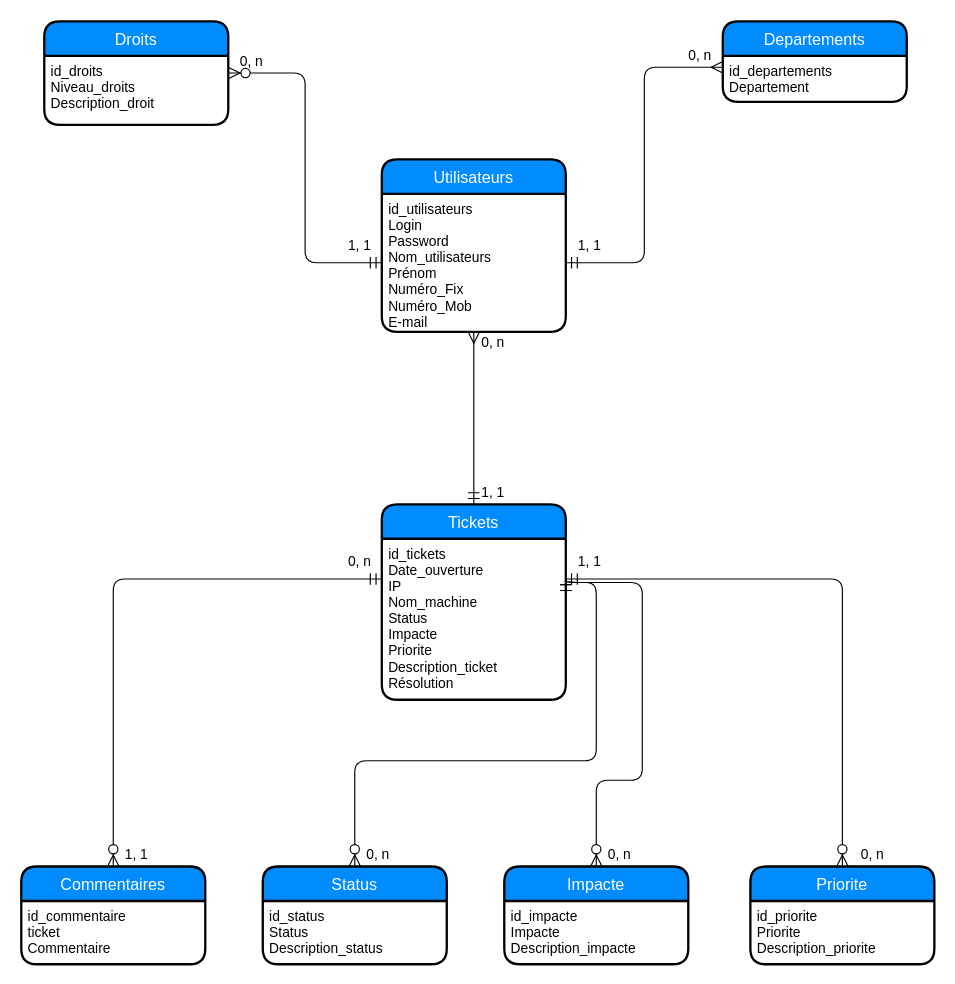
Before: Base de données/MCD_MPTicket.drawio in Hero-Chan/Projet_Ticketing, a draw.io diagram. Source tidied: cells renumbered, new cells numbered last; positions are measured from the earlier drawing's top-left corner, leaving out a move shared by most shapes. Both pictures are drawn from the tidied source at 115%, with x=0, y=0 at pixel (21, 21).
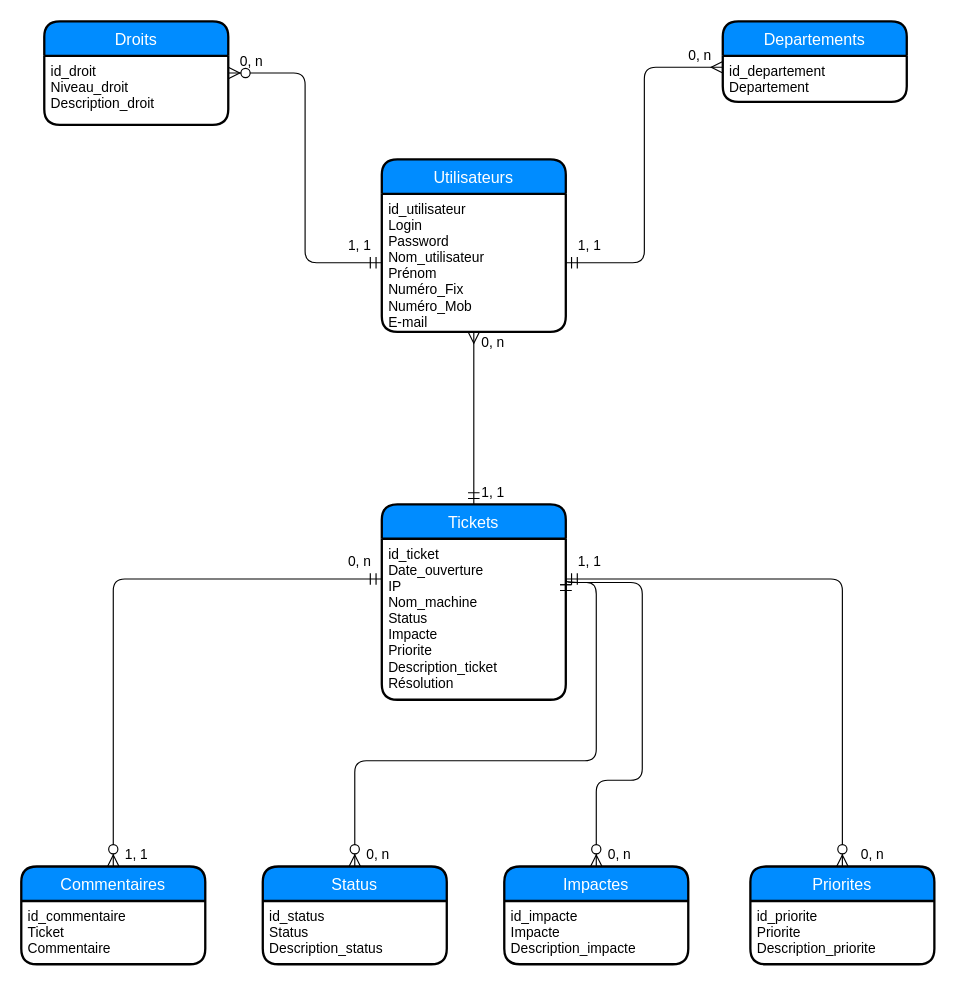
The same page after the edit.

Commit message (it also covers changes not shown here):
Modifier MCD

Unchanged cells that the change refers to:
```xml
<mxCell id="9" value="Droits" style="swimlane;horizontal=1;startSize=30;fillColor=#008cff;fontColor=#FFFFFF;rounded=1;fontSize=14;fontStyle=0;strokeWidth=2;shadow=0;dashed=0;align=center;" parent="1" vertex="1">
  <mxGeometry x="20" width="160" height="90" as="geometry" />
</mxCell>
<mxCell id="11" value="Departements" style="swimlane;horizontal=1;startSize=30;fillColor=#008cff;fontColor=#FFFFFF;rounded=1;fontSize=14;fontStyle=0;strokeWidth=2;shadow=0;dashed=0;align=center;" parent="1" vertex="1">
  <mxGeometry x="610" width="160" height="70" as="geometry" />
</mxCell>
<mxCell id="13" value="Utilisateurs" style="swimlane;horizontal=1;startSize=30;fillColor=#008cff;fontColor=#FFFFFF;rounded=1;fontSize=14;fontStyle=0;strokeWidth=2;shadow=0;dashed=0;align=center;" parent="1" vertex="1">
  <mxGeometry x="313.5" y="120" width="160" height="150" as="geometry" />
</mxCell>
<mxCell id="15" value="Tickets" style="swimlane;horizontal=1;startSize=30;fillColor=#008cff;fontColor=#FFFFFF;rounded=1;fontSize=14;fontStyle=0;strokeWidth=2;shadow=0;dashed=0;align=center;" parent="1" vertex="1">
  <mxGeometry x="313.5" y="420" width="160" height="170" as="geometry" />
</mxCell>
<mxCell id="17" value="Commentaires" style="swimlane;horizontal=1;startSize=30;fillColor=#008cff;fontColor=#FFFFFF;rounded=1;fontSize=14;fontStyle=0;strokeWidth=2;shadow=0;dashed=0;align=center;" parent="1" vertex="1">
  <mxGeometry y="735" width="160" height="85" as="geometry" />
</mxCell>
```

What changed in the source:
```diff
@@
-    <mxCell id="10" value="id_droits&#10;Niveau_droits&#10;Description_droit" style="align=left;strokeColor=none;fillColor=none;spacingLeft=4;fontSize=12;verticalAlign=top;" parent="9" vertex="1">
+    <mxCell id="10" value="id_droit&#10;Niveau_droit&#10;Description_droit" style="align=left;strokeColor=none;fillColor=none;spacingLeft=4;fontSize=12;verticalAlign=top;" parent="9" vertex="1">
       <mxGeometry y="30" width="160" height="60" as="geometry" />
     </mxCell>
@@
-    <mxCell id="12" value="id_departements&#10;Departement" style="align=left;strokeColor=none;fillColor=none;spacingLeft=4;fontSize=12;verticalAlign=top;" parent="11" vertex="1">
+    <mxCell id="12" value="id_departement&#10;Departement" style="align=left;strokeColor=none;fillColor=none;spacingLeft=4;fontSize=12;verticalAlign=top;" parent="11" vertex="1">
       <mxGeometry y="30" width="160" height="40" as="geometry" />
     </mxCell>
@@
-    <mxCell id="14" value="id_utilisateurs&#10;Login&#10;Password&#10;Nom_utilisateurs&#10;Prénom&#10;Numéro_Fix&#10;Numéro_Mob&#10;E-mail" style="align=left;strokeColor=none;fillColor=none;spacingLeft=4;fontSize=12;verticalAlign=top;" parent="13" vertex="1">
+    <mxCell id="14" value="id_utilisateur&#10;Login&#10;Password&#10;Nom_utilisateur&#10;Prénom&#10;Numéro_Fix&#10;Numéro_Mob&#10;E-mail" style="align=left;strokeColor=none;fillColor=none;spacingLeft=4;fontSize=12;verticalAlign=top;" parent="13" vertex="1">
       <mxGeometry y="30" width="160" height="120" as="geometry" />
     </mxCell>
@@
-    <mxCell id="16" value="id_tickets&#10;Date_ouverture&#10;IP&#10;Nom_machine&#10;Status&#10;Impacte&#10;Priorite&#10;Description_ticket&#10;Résolution" style="align=left;strokeColor=none;fillColor=none;spacingLeft=4;fontSize=12;verticalAlign=top;" parent="15" vertex="1">
+    <mxCell id="16" value="id_ticket&#10;Date_ouverture&#10;IP&#10;Nom_machine&#10;Status&#10;Impacte&#10;Priorite&#10;Description_ticket&#10;Résolution" style="align=left;strokeColor=none;fillColor=none;spacingLeft=4;fontSize=12;verticalAlign=top;" parent="15" vertex="1">
       <mxGeometry y="30" width="160" height="140" as="geometry" />
     </mxCell>
@@
-    <mxCell id="18" value="id_commentaire&#10;ticket&#10;Commentaire" style="align=left;strokeColor=none;fillColor=none;spacingLeft=4;fontSize=12;verticalAlign=top;" parent="17" vertex="1">
+    <mxCell id="18" value="id_commentaire&#10;Ticket&#10;Commentaire" style="align=left;strokeColor=none;fillColor=none;spacingLeft=4;fontSize=12;verticalAlign=top;" parent="17" vertex="1">
       <mxGeometry y="30" width="160" height="55" as="geometry" />
     </mxCell>
@@
-    <mxCell id="21" value="Impacte" style="swimlane;horizontal=1;startSize=30;fillColor=#008cff;fontColor=#FFFFFF;rounded=1;fontSize=14;fontStyle=0;strokeWidth=2;shadow=0;dashed=0;align=center;" parent="1" vertex="1">
+    <mxCell id="21" value="Impactes" style="swimlane;horizontal=1;startSize=30;fillColor=#008cff;fontColor=#FFFFFF;rounded=1;fontSize=14;fontStyle=0;strokeWidth=2;shadow=0;dashed=0;align=center;" parent="1" vertex="1">
       <mxGeometry x="420" y="735" width="160" height="85" as="geometry" />
     </mxCell>
@@
-    <mxCell id="23" value="Priorite" style="swimlane;horizontal=1;startSize=30;fillColor=#008cff;fontColor=#FFFFFF;rounded=1;fontSize=14;fontStyle=0;strokeWidth=2;shadow=0;dashed=0;align=center;" parent="1" vertex="1">
+    <mxCell id="23" value="Priorites" style="swimlane;horizontal=1;startSize=30;fillColor=#008cff;fontColor=#FFFFFF;rounded=1;fontSize=14;fontStyle=0;strokeWidth=2;shadow=0;dashed=0;align=center;" parent="1" vertex="1">
       <mxGeometry x="634" y="735" width="160" height="85" as="geometry" />
     </mxCell>
```
